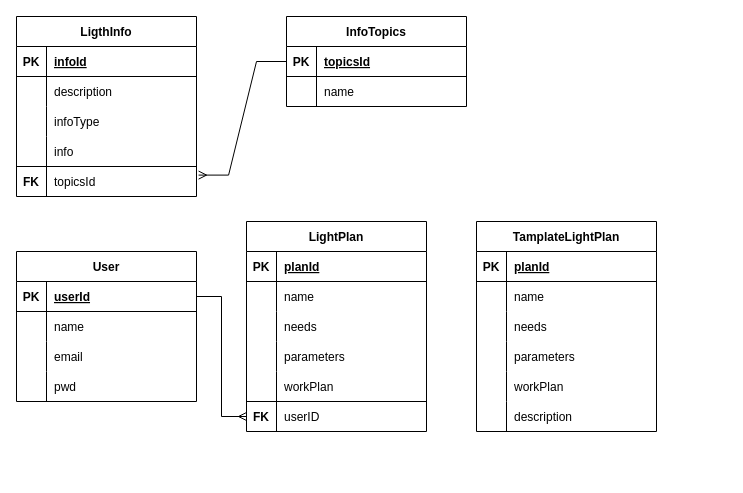
oleksandrblazhko/ai-212-ishenko keeps this draw.io diagram as 2-SoftwareDesign/2.3-DataModel/DataModel.drawio. Above is the earlier version. Source tidied: cells renumbered, new cells numbered last; positions are measured from the earlier drawing's top-left corner, leaving out a move shared by most shapes. Both pictures are drawn from the tidied source at 100%, with x=0, y=0 at pixel (16, 16).
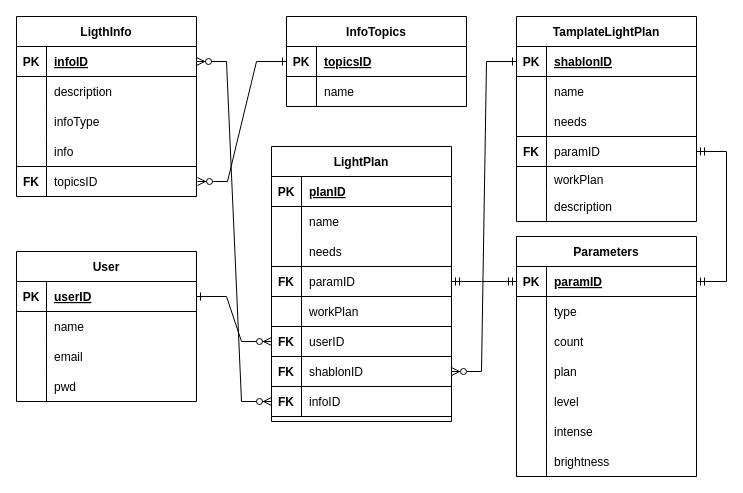
The same page after the edit.

The change refers to these unchanged cells:
```xml
<mxCell id="3" style="shape=partialRectangle;fillColor=none;top=0;left=0;bottom=1;right=0;points=[[0,0.5],[1,0.5]];portConstraint=eastwest;" parent="2" vertex="1">
  <mxGeometry y="30" width="180" height="30" as="geometry" />
</mxCell>
<mxCell id="16" style="shape=partialRectangle;fillColor=none;top=0;left=0;bottom=1;right=0;" parent="15" vertex="1">
  <mxGeometry y="30" width="180" height="30" as="geometry" />
</mxCell>
<mxCell id="25" style="shape=partialRectangle;fillColor=none;top=0;left=0;bottom=0;right=0;points=[[0,0.5],[1,0.5]];portConstraint=eastwest;" parent="15" vertex="1">
  <mxGeometry y="120" width="180" height="30" as="geometry" />
</mxCell>
<mxCell id="31" style="shape=partialRectangle;fillColor=none;top=0;left=0;bottom=0;right=0;points=[[0,0.5],[1,0.5]];portConstraint=eastwest;" parent="15" vertex="1">
  <mxGeometry y="180" width="180" height="30" as="geometry" />
</mxCell>
<mxCell id="35" style="shape=partialRectangle;fillColor=none;top=0;left=0;bottom=1;right=0;points=[[0,0.5],[1,0.5]];portConstraint=eastwest;" parent="34" vertex="1">
  <mxGeometry y="30" width="180" height="30" as="geometry" />
</mxCell>
<mxCell id="43" style="shape=partialRectangle;fillColor=none;top=0;left=0;bottom=1;right=0;points=[[0,0.5],[1,0.5]];portConstraint=eastwest;" parent="42" vertex="1">
  <mxGeometry y="30" width="180" height="30" as="geometry" />
</mxCell>
<mxCell id="52" style="shape=partialRectangle;fillColor=none;top=0;left=0;bottom=0;right=0;points=[[0,0.5],[1,0.5]];portConstraint=eastwest;" parent="42" vertex="1">
  <mxGeometry y="120" width="180" height="30" as="geometry" />
</mxCell>
<mxCell id="62" style="shape=partialRectangle;fillColor=none;top=0;left=0;bottom=1;right=0;points=[[0,0.5],[1,0.5]];portConstraint=eastwest;" parent="61" vertex="1">
  <mxGeometry y="30" width="180" height="30" as="geometry" />
</mxCell>
<mxCell id="74" style="shape=partialRectangle;fillColor=none;top=1;left=0;bottom=0;right=0;points=[[0,0.5],[1,0.5]];portConstraint=eastwest;perimeterSpacing=1;" parent="61" vertex="1">
  <mxGeometry y="150" width="180" height="30" as="geometry" />
</mxCell>
```

What changed in the source:
```diff
@@
-    <mxCell id="5" value="userId" style="shape=partialRectangle;fillColor=none;top=0;left=0;bottom=0;right=0;align=left;spacingLeft=6;fontStyle=5;overflow=hidden;" parent="3" vertex="1">
+    <mxCell id="5" value="userID" style="shape=partialRectangle;fillColor=none;top=0;left=0;bottom=0;right=0;align=left;spacingLeft=6;fontStyle=5;overflow=hidden;" parent="3" vertex="1">
       <mxGeometry x="30" width="150" height="30" as="geometry" />
     </mxCell>
@@
     <mxCell id="15" value="LightPlan" style="shape=table;startSize=30;childLayout=tableLayout;rowLines=0;fontStyle=1;align=center;" parent="1" vertex="1">
-      <mxGeometry x="230" y="205" width="180" height="210" as="geometry" />
+      <mxGeometry x="255" y="130" width="180" height="275" as="geometry" />
     </mxCell>
@@
-    <mxCell id="18" value="planId" style="shape=partialRectangle;fillColor=none;top=0;left=0;bottom=0;right=0;align=left;spacingLeft=6;fontStyle=5;overflow=hidden;" parent="16" vertex="1">
+    <mxCell id="18" value="planID" style="shape=partialRectangle;fillColor=none;top=0;left=0;bottom=0;right=0;align=left;spacingLeft=6;fontStyle=5;overflow=hidden;" parent="16" vertex="1">
       <mxGeometry x="30" width="150" height="30" as="geometry" />
     </mxCell>
@@
-    <mxCell id="26" style="shape=partialRectangle;fillColor=none;top=0;left=0;bottom=0;right=0;overflow=hidden;fontStyle=1;" parent="25" vertex="1">
+    <mxCell id="26" value="FK" style="shape=partialRectangle;fillColor=none;top=1;left=0;bottom=1;right=0;overflow=hidden;fontStyle=1;" parent="25" vertex="1">
       <mxGeometry width="30" height="30" as="geometry" />
     </mxCell>
-    <mxCell id="27" value="parameters" style="shape=partialRectangle;fillColor=none;top=0;left=0;bottom=0;right=0;align=left;spacingLeft=6;overflow=hidden;" parent="25" vertex="1">
+    <mxCell id="27" value="paramID" style="shape=partialRectangle;fillColor=none;top=1;left=0;bottom=1;right=0;align=left;spacingLeft=6;overflow=hidden;" parent="25" vertex="1">
       <mxGeometry x="30" width="150" height="30" as="geometry" />
     </mxCell>
@@
+    <mxCell id="78" style="shape=partialRectangle;fillColor=none;top=0;left=0;bottom=0;right=0;points=[[0,0.5],[1,0.5]];portConstraint=eastwest;" parent="15" vertex="1">
+      <mxGeometry y="210" width="180" height="30" as="geometry" />
+    </mxCell>
+    <mxCell id="79" value="FK" style="shape=partialRectangle;fillColor=none;top=1;left=0;bottom=0;right=0;overflow=hidden;fontStyle=1;" parent="78" vertex="1">
+      <mxGeometry width="30" height="30" as="geometry" />
+    </mxCell>
+    <mxCell id="80" value="shablonID" style="shape=partialRectangle;fillColor=none;top=1;left=0;bottom=0;right=0;align=left;spacingLeft=6;overflow=hidden;" parent="78" vertex="1">
+      <mxGeometry x="30" width="150" height="30" as="geometry" />
+    </mxCell>
+    <mxCell id="81" style="shape=partialRectangle;fillColor=none;top=0;left=0;bottom=0;right=0;points=[[0,0.5],[1,0.5]];portConstraint=eastwest;" parent="15" vertex="1">
+      <mxGeometry y="240" width="180" height="30" as="geometry" />
+    </mxCell>
+    <mxCell id="82" value="FK" style="shape=partialRectangle;fillColor=none;top=1;left=0;bottom=1;right=0;overflow=hidden;fontStyle=1;" parent="81" vertex="1">
+      <mxGeometry width="30" height="30" as="geometry" />
+    </mxCell>
+    <mxCell id="83" value="infoID" style="shape=partialRectangle;fillColor=none;top=1;left=0;bottom=1;right=0;align=left;spacingLeft=6;overflow=hidden;" parent="81" vertex="1">
+      <mxGeometry x="30" width="150" height="30" as="geometry" />
+    </mxCell>
@@
-    <mxCell id="37" value="topicsId" style="shape=partialRectangle;fillColor=none;top=0;left=0;bottom=0;right=0;align=left;spacingLeft=6;fontStyle=5;overflow=hidden;" parent="35" vertex="1">
+    <mxCell id="37" value="topicsID" style="shape=partialRectangle;fillColor=none;top=0;left=0;bottom=0;right=0;align=left;spacingLeft=6;fontStyle=5;overflow=hidden;" parent="35" vertex="1">
       <mxGeometry x="30" width="150" height="30" as="geometry" />
     </mxCell>
@@
-    <mxCell id="41" style="edgeStyle=orthogonalEdgeStyle;rounded=0;jettySize=auto;html=1;exitX=1;exitY=0.5;exitDx=0;exitDy=0;entryX=0;entryY=0.5;entryDx=0;entryDy=0;endArrow=ERmany;endFill=0;" parent="1" edge="1" source="3" target="31">
-      <mxGeometry relative="1" as="geometry" />
-    </mxCell>
     <mxCell id="42" value="TamplateLightPlan" style="shape=table;startSize=30;childLayout=tableLayout;rowLines=0;fontStyle=1;align=center;" parent="1" vertex="1">
-      <mxGeometry x="460" y="205" width="180" height="210" as="geometry" />
+      <mxGeometry x="500" width="180" height="205" as="geometry" />
     </mxCell>
@@
-    <mxCell id="45" value="planId" style="shape=partialRectangle;fillColor=none;top=0;left=0;bottom=0;right=0;align=left;spacingLeft=6;fontStyle=5;overflow=hidden;" parent="43" vertex="1">
+    <mxCell id="45" value="shablonID" style="shape=partialRectangle;fillColor=none;top=0;left=0;bottom=0;right=0;align=left;spacingLeft=6;fontStyle=5;overflow=hidden;" parent="43" vertex="1">
       <mxGeometry x="30" width="150" height="30" as="geometry" />
     </mxCell>
@@
-    <mxCell id="53" style="shape=partialRectangle;fillColor=none;top=0;left=0;bottom=0;right=0;overflow=hidden;fontStyle=1;" parent="52" vertex="1">
+    <mxCell id="53" value="FK" style="shape=partialRectangle;fillColor=none;top=1;left=0;bottom=1;right=0;overflow=hidden;fontStyle=1;" parent="52" vertex="1">
       <mxGeometry width="30" height="30" as="geometry" />
     </mxCell>
-    <mxCell id="54" value="parameters" style="shape=partialRectangle;fillColor=none;top=0;left=0;bottom=0;right=0;align=left;spacingLeft=6;overflow=hidden;" parent="52" vertex="1">
+    <mxCell id="54" value="paramID" style="shape=partialRectangle;fillColor=none;top=1;left=0;bottom=1;right=0;align=left;spacingLeft=6;overflow=hidden;" parent="52" vertex="1">
       <mxGeometry x="30" width="150" height="30" as="geometry" />
     </mxCell>
     <mxCell id="55" style="shape=partialRectangle;fillColor=none;top=0;left=0;bottom=0;right=0;" parent="42" vertex="1">
-      <mxGeometry y="150" width="180" height="30" as="geometry" />
+      <mxGeometry y="150" width="180" height="25" as="geometry" />
     </mxCell>
     <mxCell id="56" style="shape=partialRectangle;fillColor=none;top=0;left=0;bottom=0;right=0;overflow=hidden;fontStyle=1;" parent="55" vertex="1">
-      <mxGeometry width="30" height="30" as="geometry" />
+      <mxGeometry width="30" height="25" as="geometry" />
     </mxCell>
     <mxCell id="57" value="workPlan" style="shape=partialRectangle;fillColor=none;top=0;left=0;bottom=0;right=0;align=left;spacingLeft=6;overflow=hidden;" parent="55" vertex="1">
-      <mxGeometry x="30" width="150" height="30" as="geometry" />
+      <mxGeometry x="30" width="150" height="25" as="geometry" />
     </mxCell>
     <mxCell id="58" style="shape=partialRectangle;fillColor=none;top=0;left=0;bottom=0;right=0;" parent="42" vertex="1">
-      <mxGeometry y="180" width="180" height="30" as="geometry" />
+      <mxGeometry y="175" width="180" height="30" as="geometry" />
     </mxCell>
@@
-    <mxCell id="64" value="infoId" style="shape=partialRectangle;fillColor=none;top=0;left=0;bottom=0;right=0;align=left;spacingLeft=6;fontStyle=5;overflow=hidden;" parent="62" vertex="1">
+    <mxCell id="64" value="infoID" style="shape=partialRectangle;fillColor=none;top=0;left=0;bottom=0;right=0;align=left;spacingLeft=6;fontStyle=5;overflow=hidden;" parent="62" vertex="1">
       <mxGeometry x="30" width="150" height="30" as="geometry" />
     </mxCell>
@@
-    <mxCell id="76" value="topicsId" style="shape=partialRectangle;fillColor=none;top=0;left=0;bottom=0;right=0;align=left;spacingLeft=6;overflow=hidden;" parent="74" vertex="1">
+    <mxCell id="76" value="topicsID" style="shape=partialRectangle;fillColor=none;top=0;left=0;bottom=0;right=0;align=left;spacingLeft=6;overflow=hidden;" parent="74" vertex="1">
       <mxGeometry x="30" width="150" height="30" as="geometry" />
     </mxCell>
-    <mxCell id="77" style="edgeStyle=entityRelationEdgeStyle;fontSize=12;html=1;endArrow=ERmany;rounded=0;exitX=0;exitY=0.5;exitDx=0;exitDy=0;entryX=1.006;entryY=0.3;entryDx=0;entryDy=0;entryPerimeter=0;" parent="1" edge="1" source="35" target="74">
+    <mxCell id="77" style="edgeStyle=entityRelationEdgeStyle;fontSize=12;html=1;endArrow=ERzeroToMany;startArrow=ERone;rounded=0;exitX=0;exitY=0.5;exitDx=0;exitDy=0;entryX=1;entryY=0.5;entryDx=0;entryDy=0;startFill=0;" parent="1" edge="1" source="35" target="74">
       <mxGeometry relative="1" as="geometry" />
     </mxCell>
+    <mxCell id="41" style="edgeStyle=entityRelationEdgeStyle;fontSize=12;html=1;endArrow=ERzeroToMany;startArrow=ERone;rounded=0;exitX=1;exitY=0.5;exitDx=0;exitDy=0;startFill=0;" parent="1" edge="1" source="3" target="31">
+      <mxGeometry relative="1" as="geometry" />
+    </mxCell>
+    <mxCell id="84" style="edgeStyle=entityRelationEdgeStyle;fontSize=12;html=1;endArrow=ERzeroToMany;startArrow=ERone;rounded=0;exitX=0;exitY=0.5;exitDx=0;exitDy=0;startFill=0;entryX=1;entryY=0.5;entryDx=0;entryDy=0;" parent="1" edge="1" source="43" target="78">
+      <mxGeometry relative="1" as="geometry" />
+    </mxCell>
+    <mxCell id="85" style="edgeStyle=entityRelationEdgeStyle;fontSize=12;html=1;endArrow=ERzeroToMany;endFill=1;startArrow=ERzeroToMany;rounded=0;exitX=0;exitY=0.5;exitDx=0;exitDy=0;entryX=1;entryY=0.5;entryDx=0;entryDy=0;" parent="1" edge="1" source="81" target="62">
+      <mxGeometry relative="1" as="geometry">
+        <Array as="points">
+          <mxPoint x="-20" y="410" />
+        </Array>
+      </mxGeometry>
+    </mxCell>
+    <mxCell id="86" value="Parameters" style="shape=table;startSize=30;childLayout=tableLayout;rowLines=0;fontStyle=1;align=center;" parent="1" vertex="1">
+      <mxGeometry x="500" y="220" width="180" height="240" as="geometry" />
+    </mxCell>
+    <mxCell id="87" style="shape=partialRectangle;fillColor=none;top=0;left=0;bottom=1;right=0;points=[[0,0.5],[1,0.5]];portConstraint=eastwest;" parent="86" vertex="1">
+      <mxGeometry y="30" width="180" height="30" as="geometry" />
+    </mxCell>
+    <mxCell id="88" value="PK" style="shape=partialRectangle;fillColor=none;top=0;left=0;bottom=0;right=0;fontStyle=1;overflow=hidden;" parent="87" vertex="1">
+      <mxGeometry width="30" height="30" as="geometry" />
+    </mxCell>
+    <mxCell id="89" value="paramID" style="shape=partialRectangle;fillColor=none;top=0;left=0;bottom=0;right=0;align=left;spacingLeft=6;fontStyle=5;overflow=hidden;" parent="87" vertex="1">
+      <mxGeometry x="30" width="150" height="30" as="geometry" />
+    </mxCell>
+    <mxCell id="90" style="shape=partialRectangle;fillColor=none;top=0;left=0;bottom=0;right=0;" parent="86" vertex="1">
+      <mxGeometry y="60" width="180" height="30" as="geometry" />
+    </mxCell>
+    <mxCell id="91" style="shape=partialRectangle;fillColor=none;top=0;left=0;bottom=0;right=0;overflow=hidden;" parent="90" vertex="1">
+      <mxGeometry width="30" height="30" as="geometry" />
+    </mxCell>
+    <mxCell id="92" value="type" style="shape=partialRectangle;fillColor=none;top=0;left=0;bottom=0;right=0;align=left;spacingLeft=6;overflow=hidden;" parent="90" vertex="1">
+      <mxGeometry x="30" width="150" height="30" as="geometry" />
+    </mxCell>
+    <mxCell id="93" style="shape=partialRectangle;fillColor=none;top=0;left=0;bottom=0;right=0;" parent="86" vertex="1">
+      <mxGeometry y="90" width="180" height="30" as="geometry" />
+    </mxCell>
+    <mxCell id="94" style="shape=partialRectangle;fillColor=none;top=0;left=0;bottom=0;right=0;overflow=hidden;fontStyle=1;" parent="93" vertex="1">
+      <mxGeometry width="30" height="30" as="geometry" />
+    </mxCell>
+    <mxCell id="95" value="count" style="shape=partialRectangle;fillColor=none;top=0;left=0;bottom=0;right=0;align=left;spacingLeft=6;overflow=hidden;" parent="93" vertex="1">
+      <mxGeometry x="30" width="150" height="30" as="geometry" />
+    </mxCell>
+    <mxCell id="96" style="shape=partialRectangle;fillColor=none;top=0;left=0;bottom=0;right=0;" parent="86" vertex="1">
+      <mxGeometry y="120" width="180" height="30" as="geometry" />
+    </mxCell>
+    <mxCell id="97" style="shape=partialRectangle;fillColor=none;top=0;left=0;bottom=0;right=0;overflow=hidden;fontStyle=1;" parent="96" vertex="1">
+      <mxGeometry width="30" height="30" as="geometry" />
+    </mxCell>
+    <mxCell id="98" value="plan" style="shape=partialRectangle;fillColor=none;top=0;left=0;bottom=0;right=0;align=left;spacingLeft=6;overflow=hidden;" parent="96" vertex="1">
+      <mxGeometry x="30" width="150" height="30" as="geometry" />
+    </mxCell>
+    <mxCell id="99" style="shape=partialRectangle;fillColor=none;top=0;left=0;bottom=0;right=0;" parent="86" vertex="1">
+      <mxGeometry y="150" width="180" height="30" as="geometry" />
+    </mxCell>
+    <mxCell id="100" style="shape=partialRectangle;fillColor=none;top=0;left=0;bottom=0;right=0;overflow=hidden;fontStyle=1;" parent="99" vertex="1">
+      <mxGeometry width="30" height="30" as="geometry" />
+    </mxCell>
+    <mxCell id="101" value="level" style="shape=partialRectangle;fillColor=none;top=0;left=0;bottom=0;right=0;align=left;spacingLeft=6;overflow=hidden;" parent="99" vertex="1">
+      <mxGeometry x="30" width="150" height="30" as="geometry" />
+    </mxCell>
+    <mxCell id="102" style="shape=partialRectangle;fillColor=none;top=0;left=0;bottom=0;right=0;" parent="86" vertex="1">
+      <mxGeometry y="180" width="180" height="30" as="geometry" />
+    </mxCell>
+    <mxCell id="103" style="shape=partialRectangle;fillColor=none;top=0;left=0;bottom=0;right=0;overflow=hidden;fontStyle=1;" parent="102" vertex="1">
+      <mxGeometry width="30" height="30" as="geometry" />
+    </mxCell>
+    <mxCell id="104" value="intense" style="shape=partialRectangle;fillColor=none;top=0;left=0;bottom=0;right=0;align=left;spacingLeft=6;overflow=hidden;" parent="102" vertex="1">
+      <mxGeometry x="30" width="150" height="30" as="geometry" />
+    </mxCell>
+    <mxCell id="105" style="shape=partialRectangle;fillColor=none;top=0;left=0;bottom=0;right=0;" parent="86" vertex="1">
+      <mxGeometry y="210" width="180" height="30" as="geometry" />
+    </mxCell>
+    <mxCell id="106" style="shape=partialRectangle;fillColor=none;top=0;left=0;bottom=0;right=0;overflow=hidden;fontStyle=1;" parent="105" vertex="1">
+      <mxGeometry width="30" height="30" as="geometry" />
+    </mxCell>
+    <mxCell id="107" value="brightness" style="shape=partialRectangle;fillColor=none;top=0;left=0;bottom=0;right=0;align=left;spacingLeft=6;overflow=hidden;" parent="105" vertex="1">
+      <mxGeometry x="30" width="150" height="30" as="geometry" />
+    </mxCell>
+    <mxCell id="108" style="edgeStyle=entityRelationEdgeStyle;fontSize=12;html=1;endArrow=ERmandOne;startArrow=ERmandOne;rounded=0;exitX=1;exitY=0.5;exitDx=0;exitDy=0;entryX=0;entryY=0.5;entryDx=0;entryDy=0;" parent="1" edge="1" source="25" target="87">
+      <mxGeometry relative="1" as="geometry" />
+    </mxCell>
+    <mxCell id="109" style="edgeStyle=entityRelationEdgeStyle;fontSize=12;html=1;endArrow=ERmandOne;startArrow=ERmandOne;rounded=0;entryX=1;entryY=0.5;entryDx=0;entryDy=0;exitX=1;exitY=0.5;exitDx=0;exitDy=0;" parent="1" edge="1" source="87" target="52">
+      <mxGeometry relative="1" as="geometry" />
+    </mxCell>
```
